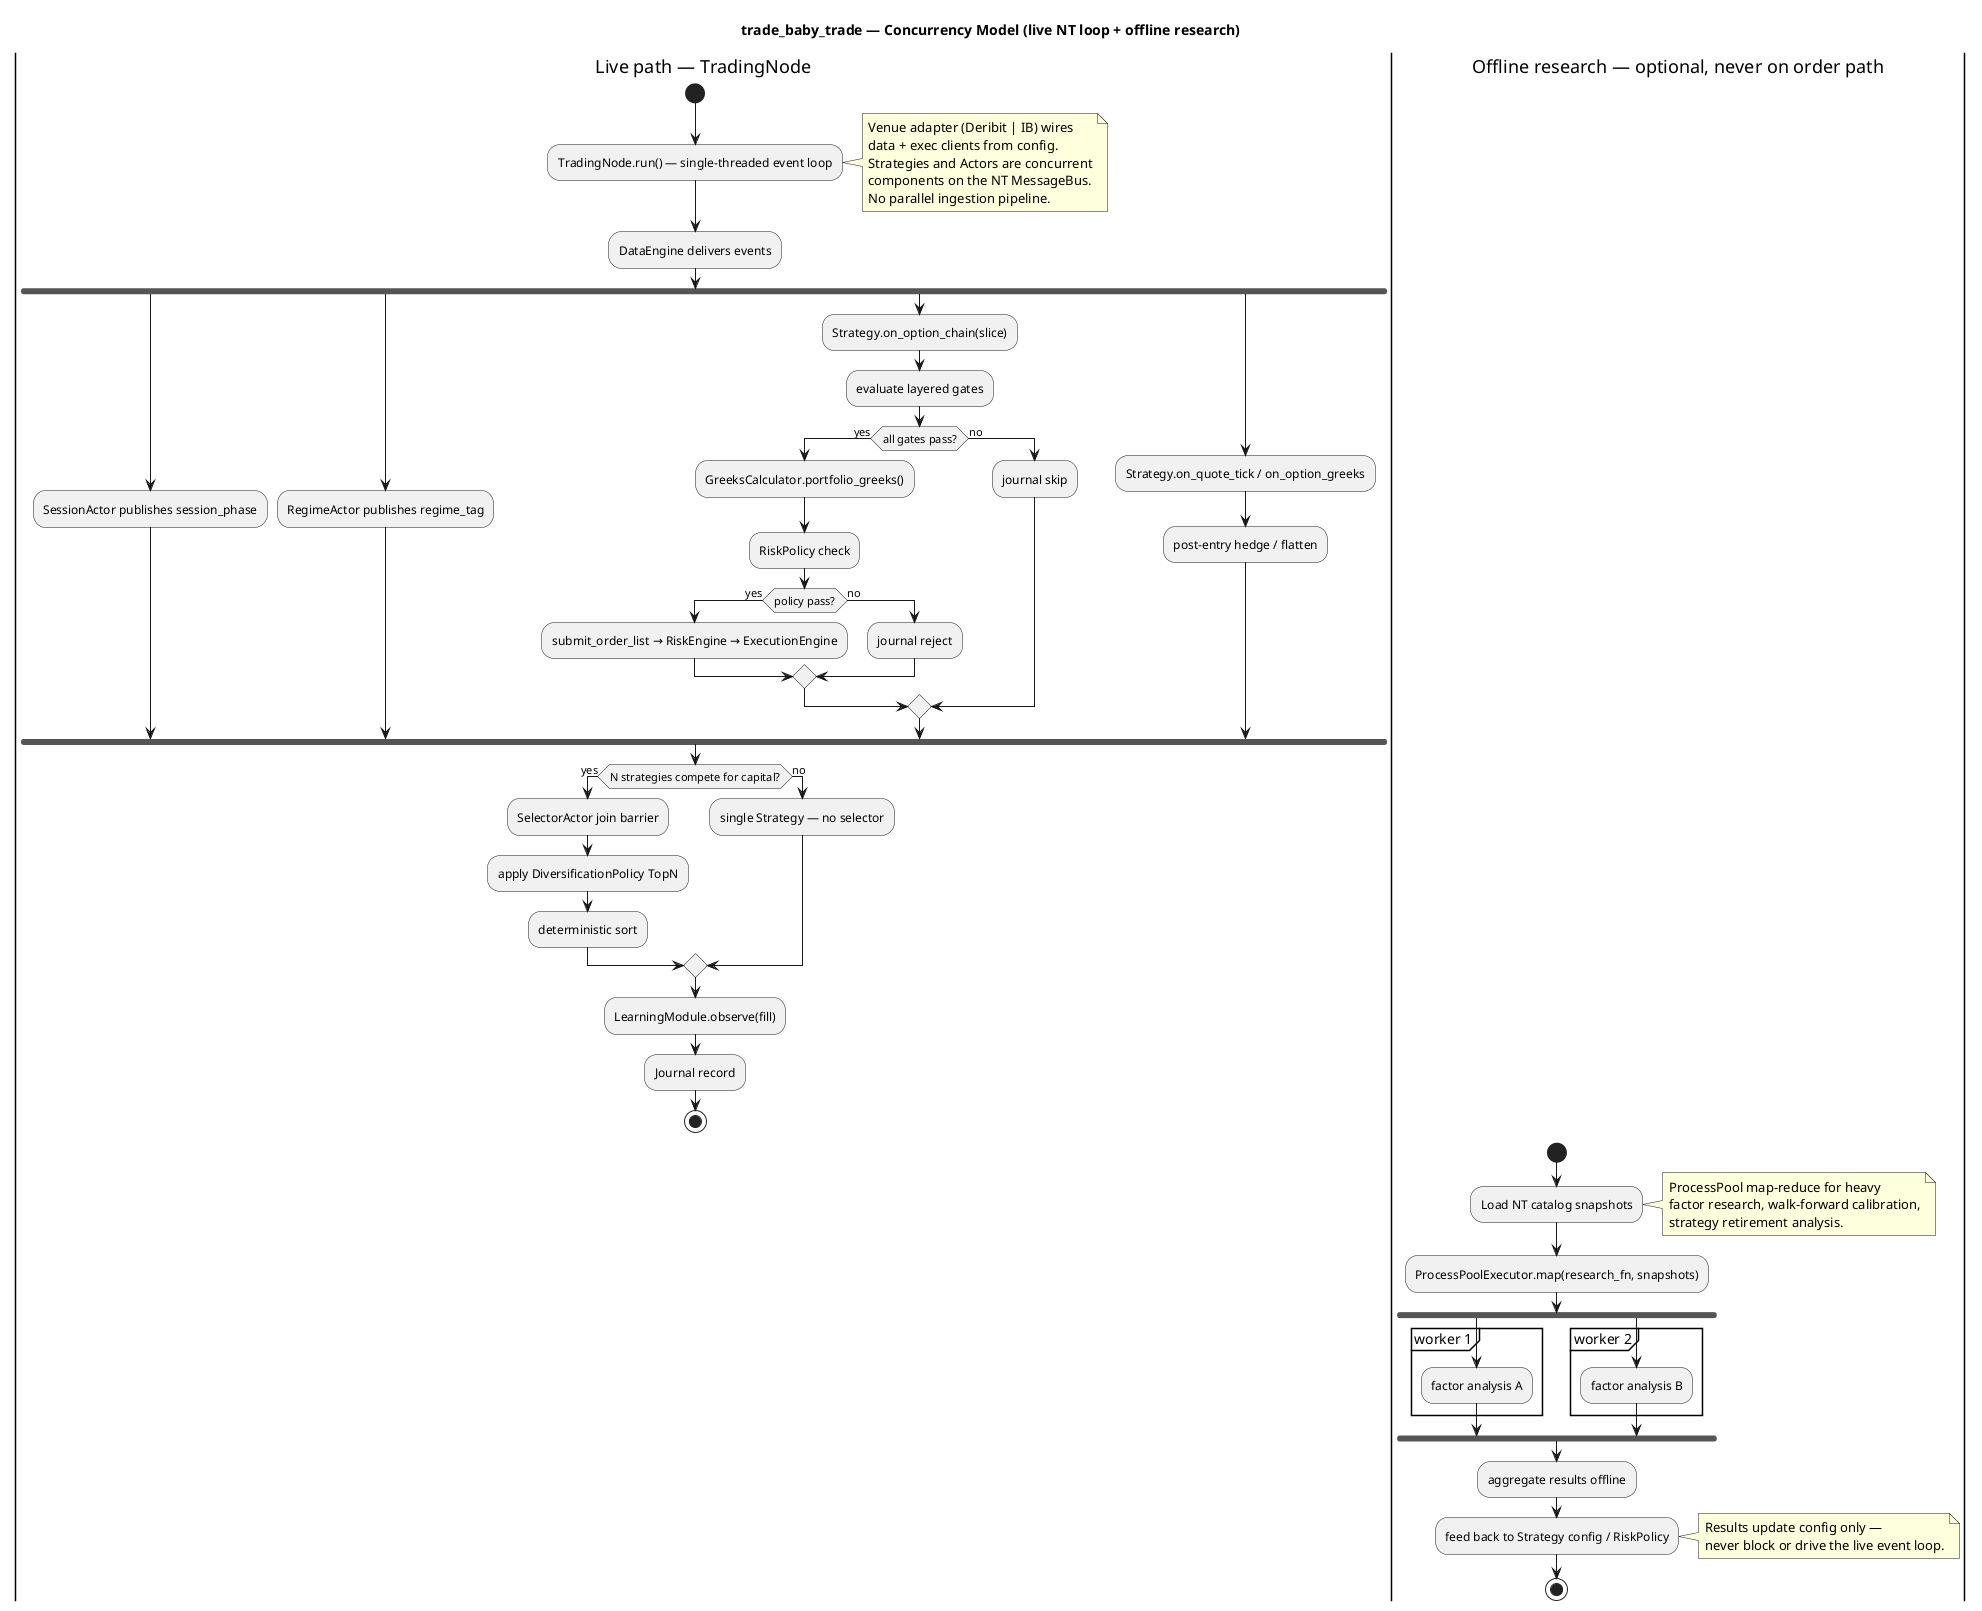
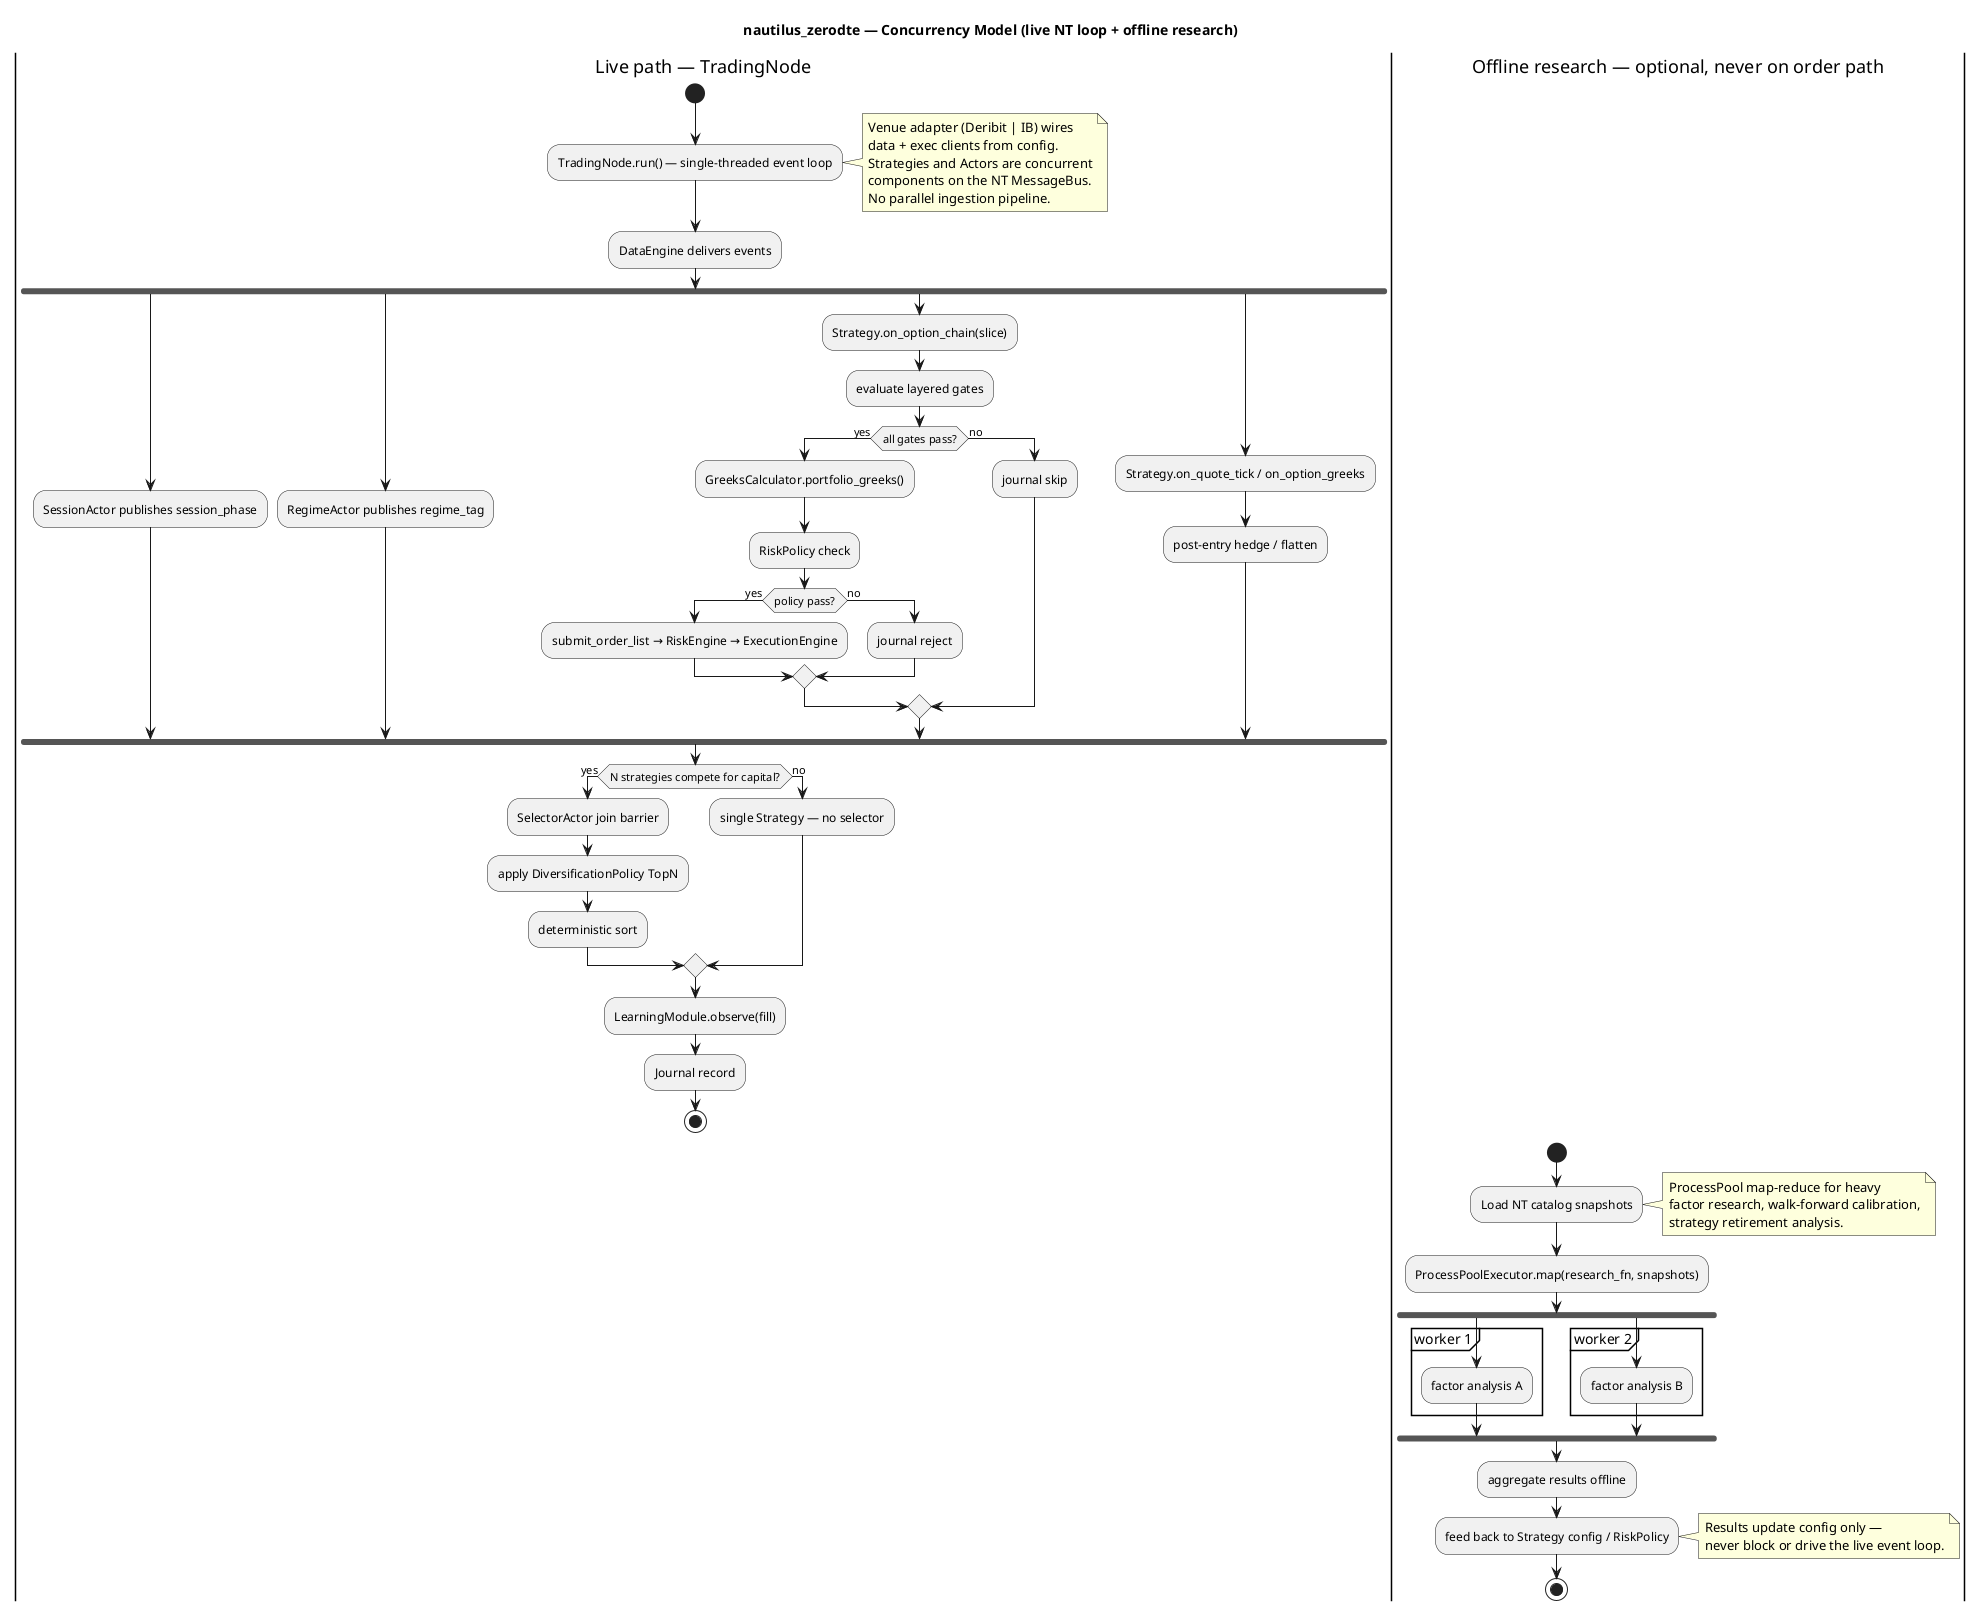
@startuml concurrency-activity
- title trade_baby_trade — Concurrency Model (live NT loop + offline research)
+ title nautilus_zerodte — Concurrency Model (live NT loop + offline research)

skinparam conditionStyle inside

|Live path — TradingNode|
start
:TradingNode.run() — single-threaded event loop;
note right
  Venue adapter (Deribit | IB) wires
  data + exec clients from config.
  Strategies and Actors are concurrent
  components on the NT MessageBus.
  No parallel ingestion pipeline.
end note

:DataEngine delivers events;
fork
  :SessionActor publishes session_phase;
fork again
  :RegimeActor publishes regime_tag;
fork again
  :Strategy.on_option_chain(slice);
  :evaluate layered gates;
  if (all gates pass?) then (yes)
    :GreeksCalculator.portfolio_greeks();
    :RiskPolicy check;
    if (policy pass?) then (yes)
      :submit_order_list → RiskEngine → ExecutionEngine;
    else (no)
      :journal reject;
    endif
  else (no)
    :journal skip;
  endif
fork again
  :Strategy.on_quote_tick / on_option_greeks;
  :post-entry hedge / flatten;
end fork

if (N strategies compete for capital?) then (yes)
  :SelectorActor join barrier;
  :apply DiversificationPolicy TopN;
  :deterministic sort;
else (no)
  :single Strategy — no selector;
endif

:LearningModule.observe(fill);
:Journal record;
stop

|Offline research — optional, never on order path|
start
:Load NT catalog snapshots;
note right
  ProcessPool map-reduce for heavy
  factor research, walk-forward calibration,
  strategy retirement analysis.
end note

:ProcessPoolExecutor.map(research_fn, snapshots);
fork
  partition "worker 1" {
    :factor analysis A;
  }
fork again
  partition "worker 2" {
    :factor analysis B;
  }
end fork

:aggregate results offline;
:feed back to Strategy config / RiskPolicy;
note right
  Results update config only —
  never block or drive the live event loop.
end note
stop
@enduml
